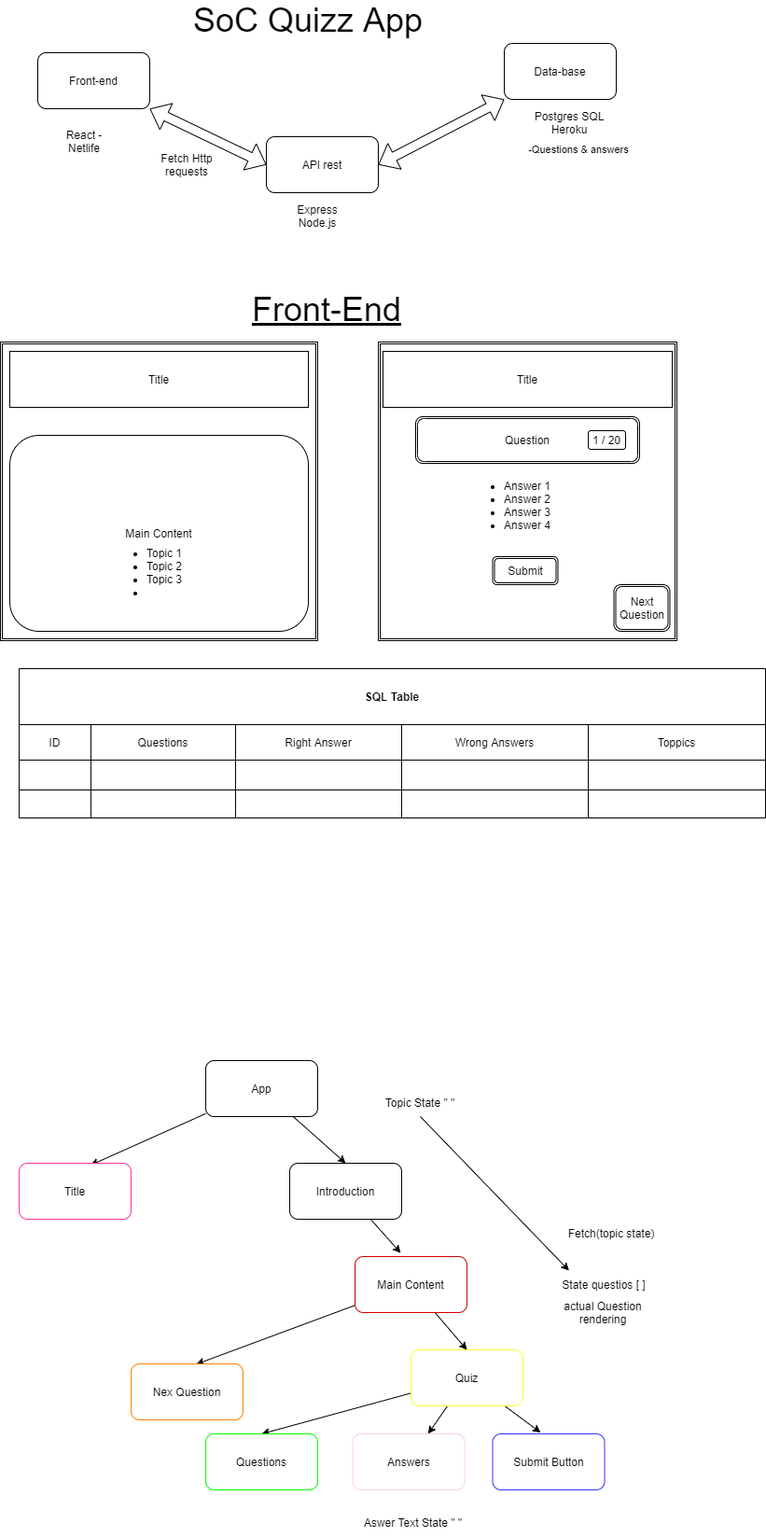
Above: Quizz-diagram.drawio.png in SchoolOfCode/national-project-week-repo-2-the-room-23 (draw.io), before the change. Source tidied: cells renumbered, new cells last; positions are measured from the earlier drawing's top-left corner, leaving out a move shared by most shapes.
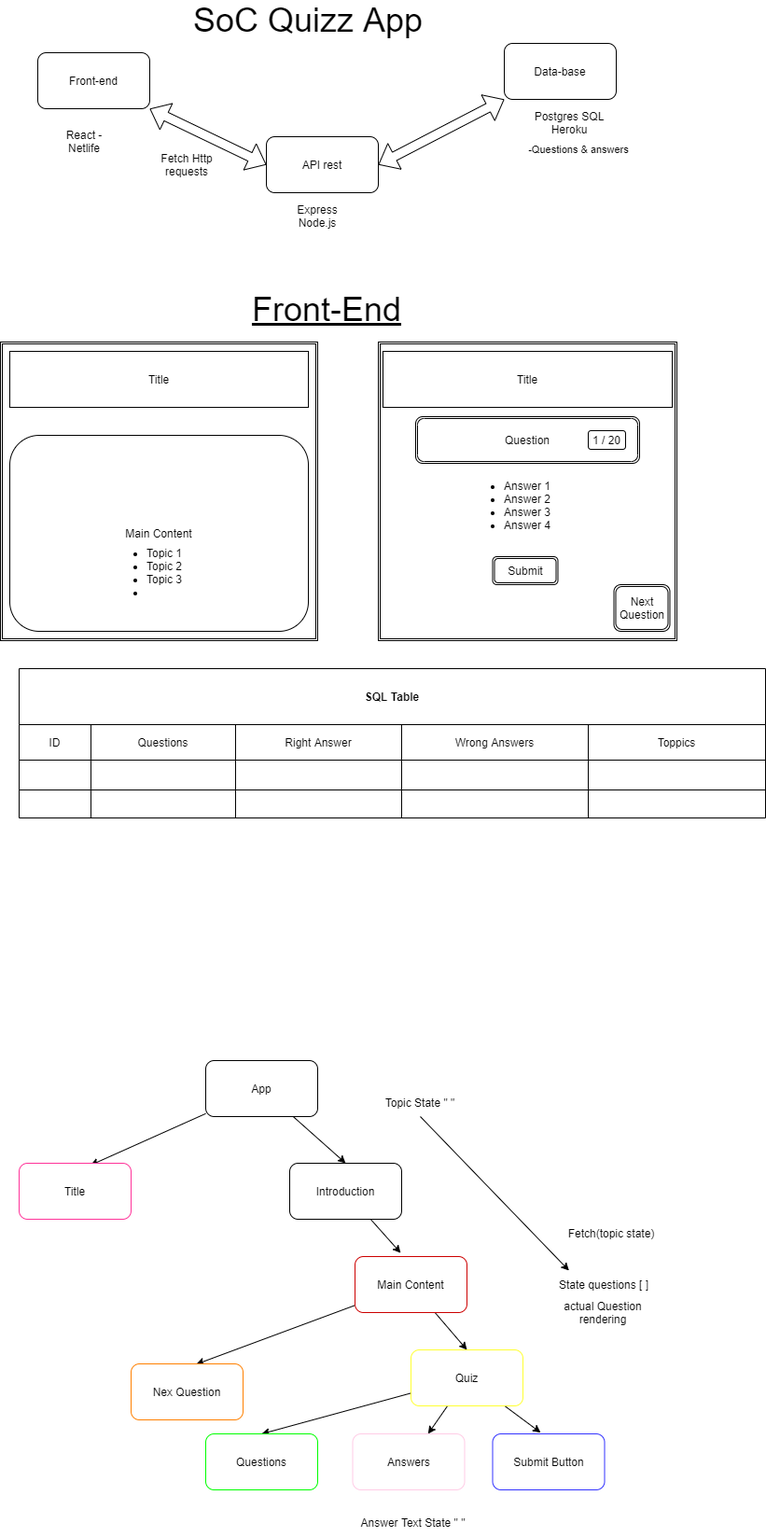
The same diagram one commit later.

Commit message:
edit to plan img

What changed in the source:
```diff
@@ -190,7 +190,7 @@
     <mxCell id="63" value="Topic State &quot; &quot;" style="text;html=1;strokeColor=none;fillColor=none;align=center;verticalAlign=middle;whiteSpace=wrap;rounded=0;" parent="1" vertex="1">
       <mxGeometry x="320" y="1160" width="260" height="30" as="geometry" />
     </mxCell>
-    <mxCell id="64" value="State questios [ ]" style="text;html=1;strokeColor=none;fillColor=none;align=center;verticalAlign=middle;whiteSpace=wrap;rounded=0;" parent="1" vertex="1">
+    <mxCell id="64" value="State questions [ ]" style="text;html=1;strokeColor=none;fillColor=none;align=center;verticalAlign=middle;whiteSpace=wrap;rounded=0;" parent="1" vertex="1">
       <mxGeometry x="572.5" y="1355" width="147.5" height="30" as="geometry" />
     </mxCell>
     <mxCell id="65" style="endArrow=classic;html=1;entryX=0.25;entryY=0;entryDx=0;entryDy=0;exitX=0.5;exitY=1;exitDx=0;exitDy=0;" parent="1" edge="1" source="63" target="64">
@@ -202,7 +202,7 @@
     <mxCell id="67" value="actual Question rendering" style="text;html=1;strokeColor=none;fillColor=none;align=center;verticalAlign=middle;whiteSpace=wrap;rounded=0;" parent="1" vertex="1">
       <mxGeometry x="591.2" y="1385" width="110" height="30" as="geometry" />
     </mxCell>
-    <mxCell id="68" value="Aswer Text State &quot; &quot;" style="text;html=1;strokeColor=none;fillColor=none;align=center;verticalAlign=middle;whiteSpace=wrap;rounded=0;" parent="1" vertex="1">
+    <mxCell id="68" value="Answer Text State &quot; &quot;" style="text;html=1;strokeColor=none;fillColor=none;align=center;verticalAlign=middle;whiteSpace=wrap;rounded=0;" parent="1" vertex="1">
       <mxGeometry x="385" y="1610" width="115" height="30" as="geometry" />
     </mxCell>
   </root>
```
